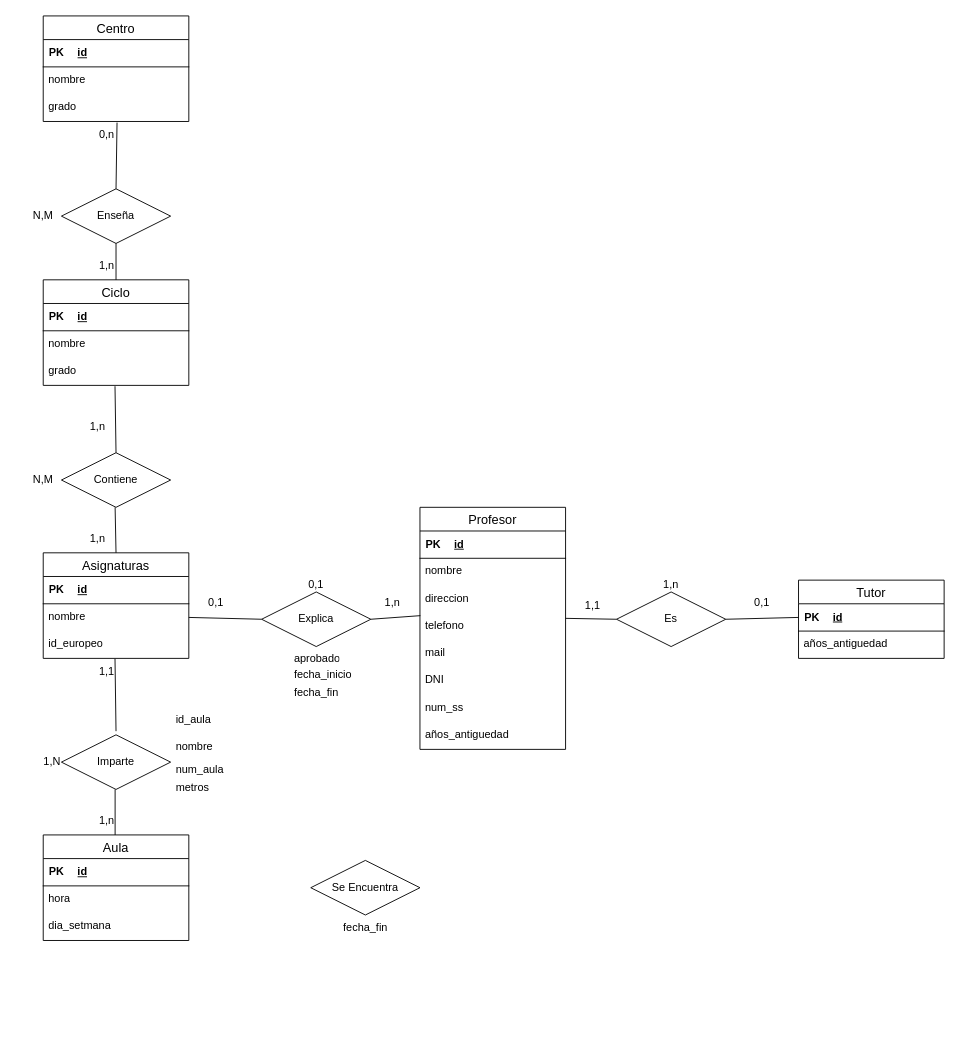
Above: Ejercicio17.drawio in Daninuro/diagrames-cvf-dn-mpl-n-11102023 (draw.io), before the change. Source tidied: cells renumbered, new cells numbered last; positions are measured from the earlier drawing's top-left corner, leaving out a move shared by most shapes. Both pictures are drawn from the tidied source at 91%, with x=0, y=0 at pixel (15, 15).
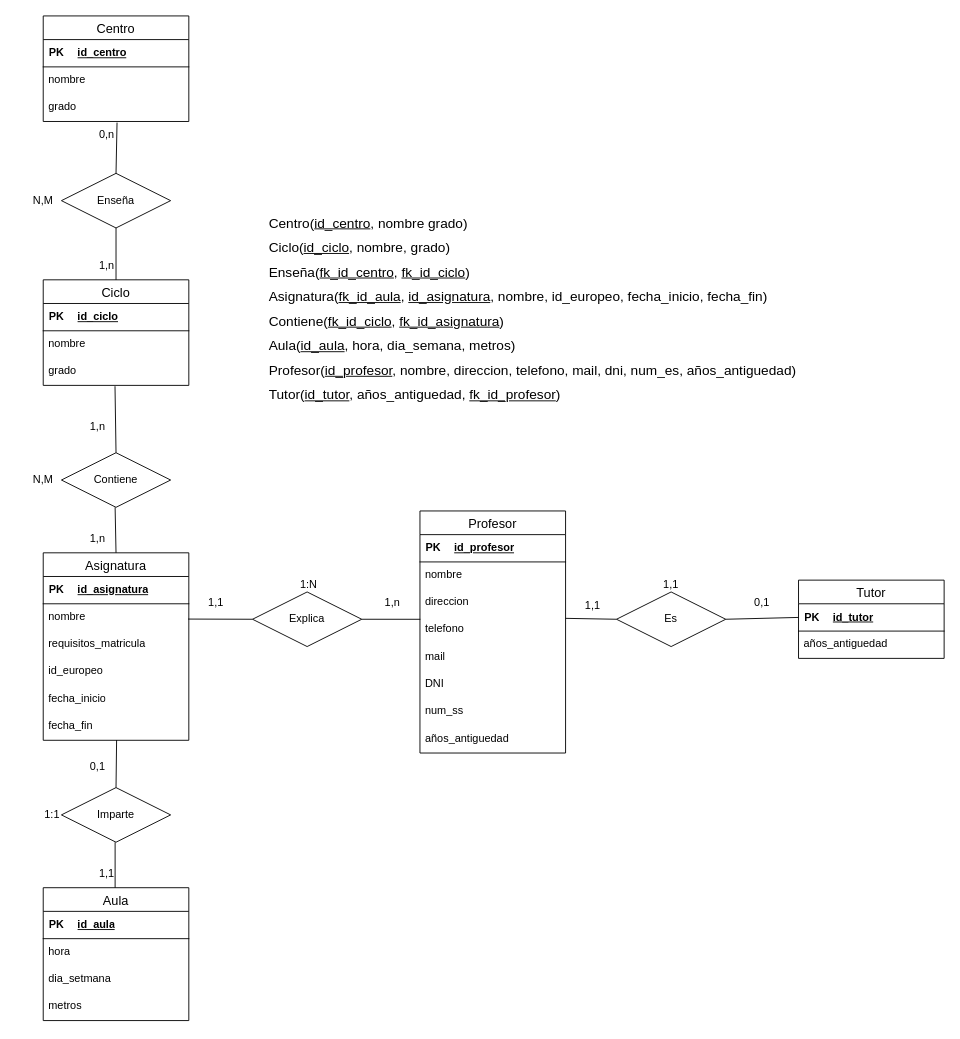
After the change.

Unchanged cells that the change refers to:
```xml
<mxCell id="4" style="shape=tableRow;horizontal=0;startSize=0;swimlaneHead=0;swimlaneBody=0;fillColor=none;top=0;left=0;right=0;bottom=1;" parent="3" vertex="1">
  <mxGeometry width="160" height="30" as="geometry" />
</mxCell>
<mxCell id="7" value="nombre" style="text;strokeColor=none;fillColor=none;spacingLeft=4;spacingRight=4;overflow=hidden;points=[[0,0.5],[1,0.5]];portConstraint=eastwest;fontSize=12;whiteSpace=wrap;html=1;" parent="2" vertex="1">
  <mxGeometry y="56" width="160" height="30" as="geometry" />
</mxCell>
<mxCell id="11" style="shape=tableRow;horizontal=0;startSize=0;swimlaneHead=0;swimlaneBody=0;fillColor=none;top=0;left=0;right=0;bottom=1;" parent="10" vertex="1">
  <mxGeometry width="160" height="30" as="geometry" />
</mxCell>
<mxCell id="18" style="shape=tableRow;horizontal=0;startSize=0;swimlaneHead=0;swimlaneBody=0;fillColor=none;top=0;left=0;right=0;bottom=1;" parent="17" vertex="1">
  <mxGeometry width="160" height="30" as="geometry" />
</mxCell>
<mxCell id="25" style="shape=tableRow;horizontal=0;startSize=0;swimlaneHead=0;swimlaneBody=0;fillColor=none;top=0;left=0;right=0;bottom=1;" parent="24" vertex="1">
  <mxGeometry width="160" height="30" as="geometry" />
</mxCell>
<mxCell id="29" value="grado" style="text;strokeColor=none;fillColor=none;spacingLeft=4;spacingRight=4;overflow=hidden;points=[[0,0.5],[1,0.5]];portConstraint=eastwest;fontSize=12;whiteSpace=wrap;html=1;" parent="23" vertex="1">
  <mxGeometry y="86" width="160" height="30" as="geometry" />
</mxCell>
<mxCell id="32" style="shape=tableRow;horizontal=0;startSize=0;swimlaneHead=0;swimlaneBody=0;fillColor=none;top=0;left=0;right=0;bottom=1;" parent="31" vertex="1">
  <mxGeometry width="160" height="30" as="geometry" />
</mxCell>
<mxCell id="44" style="shape=tableRow;horizontal=0;startSize=0;swimlaneHead=0;swimlaneBody=0;fillColor=none;points=[[0,0.5],[1,0.5]];portConstraint=eastwest;top=0;left=0;right=0;bottom=1;" parent="43" vertex="1">
  <mxGeometry width="160" height="30" as="geometry" />
</mxCell>
```

What changed in the source:
```diff
@@
-    <mxCell id="2" value="Asignaturas" style="swimlane;fontStyle=0;horizontal=1;startSize=26;align=center;fontSize=14;" parent="1" vertex="1">
-      <mxGeometry x="30" y="590" width="160" height="116" as="geometry" />
+    <mxCell id="2" value="Asignatura" style="swimlane;fontStyle=0;horizontal=1;startSize=26;align=center;fontSize=14;" parent="1" vertex="1">
+      <mxGeometry x="30" y="590" width="160" height="206" as="geometry" />
     </mxCell>
@@
-    <mxCell id="6" value="id" style="shape=partialRectangle;fillColor=none;top=0;left=0;bottom=0;right=0;align=left;spacingLeft=6;fontStyle=5;overflow=hidden;whiteSpace=wrap;html=1;" parent="4" vertex="1">
+    <mxCell id="6" value="id_asignatura" style="shape=partialRectangle;fillColor=none;top=0;left=0;bottom=0;right=0;align=left;spacingLeft=6;fontStyle=5;overflow=hidden;whiteSpace=wrap;html=1;" parent="4" vertex="1">
       <mxGeometry x="30" width="130" height="30" as="geometry" />
     </mxCell>
@@
+    <mxCell id="82" value="requisitos_matricula" style="text;strokeColor=none;fillColor=none;spacingLeft=4;spacingRight=4;overflow=hidden;fontSize=12;whiteSpace=wrap;html=1;" parent="2" vertex="1">
+      <mxGeometry y="86" width="160" height="30" as="geometry" />
+    </mxCell>
     <mxCell id="8" value="id_europeo" style="text;strokeColor=none;fillColor=none;spacingLeft=4;spacingRight=4;overflow=hidden;points=[[0,0.5],[1,0.5]];portConstraint=eastwest;fontSize=12;whiteSpace=wrap;html=1;" parent="2" vertex="1">
-      <mxGeometry y="86" width="160" height="30" as="geometry" />
+      <mxGeometry y="116" width="160" height="30" as="geometry" />
     </mxCell>
+    <mxCell id="83" value="fecha_inicio" style="text;strokeColor=none;fillColor=none;spacingLeft=4;spacingRight=4;overflow=hidden;fontSize=12;whiteSpace=wrap;html=1;" parent="2" vertex="1">
+      <mxGeometry y="146" width="160" height="30" as="geometry" />
+    </mxCell>
+    <mxCell id="84" value="fecha_fin" style="text;strokeColor=none;fillColor=none;spacingLeft=4;spacingRight=4;overflow=hidden;points=[[0,0.5],[1,0.5]];portConstraint=eastwest;fontSize=12;whiteSpace=wrap;html=1;" parent="2" vertex="1">
+      <mxGeometry y="176" width="160" height="30" as="geometry" />
+    </mxCell>
     <mxCell id="9" value="Aula" style="swimlane;fontStyle=0;horizontal=1;startSize=26;align=center;fontSize=14;" parent="1" vertex="1">
-      <mxGeometry x="30" y="900" width="160" height="116" as="geometry" />
+      <mxGeometry x="30" y="958" width="160" height="146" as="geometry" />
     </mxCell>
@@
-    <mxCell id="13" value="id" style="shape=partialRectangle;fillColor=none;top=0;left=0;bottom=0;right=0;align=left;spacingLeft=6;fontStyle=5;overflow=hidden;whiteSpace=wrap;html=1;" parent="11" vertex="1">
+    <mxCell id="13" value="id_aula" style="shape=partialRectangle;fillColor=none;top=0;left=0;bottom=0;right=0;align=left;spacingLeft=6;fontStyle=5;overflow=hidden;whiteSpace=wrap;html=1;" parent="11" vertex="1">
       <mxGeometry x="30" width="130" height="30" as="geometry" />
     </mxCell>
@@
+    <mxCell id="81" value="metros" style="text;strokeColor=none;fillColor=none;spacingLeft=4;spacingRight=4;overflow=hidden;fontSize=12;whiteSpace=wrap;html=1;" parent="9" vertex="1">
+      <mxGeometry y="116" width="160" height="30" as="geometry" />
+    </mxCell>
@@
-    <mxCell id="20" value="id" style="shape=partialRectangle;fillColor=none;top=0;left=0;bottom=0;right=0;align=left;spacingLeft=6;fontStyle=5;overflow=hidden;whiteSpace=wrap;html=1;" parent="18" vertex="1">
+    <mxCell id="20" value="id_ciclo" style="shape=partialRectangle;fillColor=none;top=0;left=0;bottom=0;right=0;align=left;spacingLeft=6;fontStyle=5;overflow=hidden;whiteSpace=wrap;html=1;" parent="18" vertex="1">
       <mxGeometry x="30" width="130" height="30" as="geometry" />
     </mxCell>
@@
-    <mxCell id="27" value="id" style="shape=partialRectangle;fillColor=none;top=0;left=0;bottom=0;right=0;align=left;spacingLeft=6;fontStyle=5;overflow=hidden;whiteSpace=wrap;html=1;" parent="25" vertex="1">
+    <mxCell id="27" value="id_centro" style="shape=partialRectangle;fillColor=none;top=0;left=0;bottom=0;right=0;align=left;spacingLeft=6;fontStyle=5;overflow=hidden;whiteSpace=wrap;html=1;" parent="25" vertex="1">
       <mxGeometry x="30" width="130" height="30" as="geometry" />
     </mxCell>
@@
     <mxCell id="30" value="Profesor" style="swimlane;fontStyle=0;horizontal=1;startSize=26;align=center;fontSize=14;" parent="1" vertex="1">
-      <mxGeometry x="444" y="540" width="160" height="266" as="geometry" />
+      <mxGeometry x="444" y="544" width="160" height="266" as="geometry" />
     </mxCell>
@@
-    <mxCell id="34" value="id" style="shape=partialRectangle;fillColor=none;top=0;left=0;bottom=0;right=0;align=left;spacingLeft=6;fontStyle=5;overflow=hidden;whiteSpace=wrap;html=1;" parent="32" vertex="1">
+    <mxCell id="34" value="id_profesor" style="shape=partialRectangle;fillColor=none;top=0;left=0;bottom=0;right=0;align=left;spacingLeft=6;fontStyle=5;overflow=hidden;whiteSpace=wrap;html=1;" parent="32" vertex="1">
       <mxGeometry x="30" width="130" height="30" as="geometry" />
     </mxCell>
@@
-    <mxCell id="46" value="id" style="shape=partialRectangle;fillColor=none;top=0;left=0;bottom=0;right=0;align=left;spacingLeft=6;fontStyle=5;overflow=hidden;whiteSpace=wrap;html=1;" parent="44" vertex="1">
+    <mxCell id="46" value="id_tutor" style="shape=partialRectangle;fillColor=none;top=0;left=0;bottom=0;right=0;align=left;spacingLeft=6;fontStyle=5;overflow=hidden;whiteSpace=wrap;html=1;" parent="44" vertex="1">
       <mxGeometry x="30" width="130" height="30" as="geometry" />
     </mxCell>
@@
     <mxCell id="48" value="Enseña" style="shape=rhombus;perimeter=rhombusPerimeter;whiteSpace=wrap;html=1;align=center;" parent="1" vertex="1">
-      <mxGeometry x="50" y="190" width="120" height="60" as="geometry" />
+      <mxGeometry x="50" y="173" width="120" height="60" as="geometry" />
     </mxCell>
@@
     <mxCell id="50" value="Imparte" style="shape=rhombus;perimeter=rhombusPerimeter;whiteSpace=wrap;html=1;align=center;" parent="1" vertex="1">
-      <mxGeometry x="50" y="790" width="120" height="60" as="geometry" />
+      <mxGeometry x="50" y="848" width="120" height="60" as="geometry" />
     </mxCell>
     <mxCell id="51" value="Explica" style="shape=rhombus;perimeter=rhombusPerimeter;whiteSpace=wrap;html=1;align=center;" parent="1" vertex="1">
-      <mxGeometry x="270" y="633" width="120" height="60" as="geometry" />
+      <mxGeometry x="260" y="633" width="120" height="60" as="geometry" />
     </mxCell>
@@
-    <mxCell id="54" style="endArrow=none;html=1;rounded=0;exitX=0.5;exitY=0;exitDx=0;exitDy=0;entryX=0.507;entryY=1.041;entryDx=0;entryDy=0;entryPerimeter=0;" parent="1" edge="1" target="29">
-      <mxGeometry relative="1" as="geometry">
-        <mxPoint x="110" y="190" as="sourcePoint" />
-      </mxGeometry>
+    <mxCell id="54" style="endArrow=none;html=1;rounded=0;exitX=0.5;exitY=0;exitDx=0;exitDy=0;entryX=0.507;entryY=1.041;entryDx=0;entryDy=0;entryPerimeter=0;" parent="1" edge="1" source="48" target="29">
+      <mxGeometry relative="1" as="geometry" />
     </mxCell>
@@
-    <mxCell id="56" style="endArrow=none;html=1;rounded=0;exitX=0.5;exitY=0;exitDx=0;exitDy=0;entryX=0.493;entryY=1.016;entryDx=0;entryDy=0;entryPerimeter=0;" parent="1" edge="1" target="8">
+    <mxCell id="56" style="endArrow=none;html=1;rounded=0;entryX=0.504;entryY=0.994;entryDx=0;entryDy=0;entryPerimeter=0;" parent="1" edge="1" target="84">
       <mxGeometry relative="1" as="geometry">
-        <mxPoint x="110" y="786" as="sourcePoint" />
+        <mxPoint x="110" y="848" as="sourcePoint" />
       </mxGeometry>
     </mxCell>
     <mxCell id="57" style="endArrow=none;html=1;rounded=0;exitX=0.5;exitY=0;exitDx=0;exitDy=0;entryX=0.5;entryY=1;entryDx=0;entryDy=0;" parent="1" edge="1">
       <mxGeometry relative="1" as="geometry">
-        <mxPoint x="109" y="900" as="sourcePoint" />
-        <mxPoint x="109" y="850" as="targetPoint" />
+        <mxPoint x="109" y="958" as="sourcePoint" />
+        <mxPoint x="109" y="908" as="targetPoint" />
       </mxGeometry>
     </mxCell>
@@
     <mxCell id="60" value="N,M" style="text;html=1;strokeColor=none;fillColor=none;align=center;verticalAlign=middle;whiteSpace=wrap;rounded=0;" parent="1" vertex="1">
-      <mxGeometry y="205" width="60" height="30" as="geometry" />
+      <mxGeometry y="188" width="60" height="30" as="geometry" />
     </mxCell>
@@
-    <mxCell id="62" style="endArrow=none;html=1;rounded=0;exitX=1;exitY=0.5;exitDx=0;exitDy=0;entryX=0;entryY=0.5;entryDx=0;entryDy=0;" parent="1" edge="1" source="7" target="51">
+    <mxCell id="62" style="endArrow=none;html=1;rounded=0;exitX=0.995;exitY=0.56;exitDx=0;exitDy=0;entryX=0;entryY=0.5;entryDx=0;entryDy=0;exitPerimeter=0;" parent="1" edge="1" source="7" target="51">
       <mxGeometry relative="1" as="geometry" />
     </mxCell>
@@
-    <mxCell id="66" value="1,n" style="text;html=1;strokeColor=none;fillColor=none;align=center;verticalAlign=middle;whiteSpace=wrap;rounded=0;" parent="1" vertex="1">
+    <mxCell id="66" value="1,1" style="text;html=1;strokeColor=none;fillColor=none;align=center;verticalAlign=middle;whiteSpace=wrap;rounded=0;" parent="1" vertex="1">
       <mxGeometry x="690" y="610" width="60" height="30" as="geometry" />
     </mxCell>
-    <mxCell id="67" value="0,1" style="text;html=1;strokeColor=none;fillColor=none;align=center;verticalAlign=middle;whiteSpace=wrap;rounded=0;" parent="1" vertex="1">
-      <mxGeometry x="300" y="610" width="60" height="30" as="geometry" />
+    <mxCell id="67" value="1:N" style="text;html=1;strokeColor=none;fillColor=none;align=center;verticalAlign=middle;whiteSpace=wrap;rounded=0;" parent="1" vertex="1">
+      <mxGeometry x="292" y="610" width="60" height="30" as="geometry" />
     </mxCell>
@@
-    <mxCell id="72" value="0,1" style="text;html=1;strokeColor=none;fillColor=none;align=center;verticalAlign=middle;whiteSpace=wrap;rounded=0;" parent="1" vertex="1">
+    <mxCell id="72" value="1,1" style="text;html=1;strokeColor=none;fillColor=none;align=center;verticalAlign=middle;whiteSpace=wrap;rounded=0;" parent="1" vertex="1">
       <mxGeometry x="190" y="630" width="60" height="30" as="geometry" />
     </mxCell>
@@
-    <mxCell id="74" value="1,1" style="text;html=1;strokeColor=none;fillColor=none;align=center;verticalAlign=middle;whiteSpace=wrap;rounded=0;" parent="1" vertex="1">
-      <mxGeometry x="70" y="706" width="60" height="30" as="geometry" />
+    <mxCell id="74" value="0,1" style="text;html=1;strokeColor=none;fillColor=none;align=center;verticalAlign=middle;whiteSpace=wrap;rounded=0;" parent="1" vertex="1">
+      <mxGeometry x="60" y="810" width="60" height="30" as="geometry" />
     </mxCell>
-    <mxCell id="75" value="1,n" style="text;html=1;strokeColor=none;fillColor=none;align=center;verticalAlign=middle;whiteSpace=wrap;rounded=0;" parent="1" vertex="1">
-      <mxGeometry x="70" y="870" width="60" height="30" as="geometry" />
+    <mxCell id="75" value="1,1" style="text;html=1;strokeColor=none;fillColor=none;align=center;verticalAlign=middle;whiteSpace=wrap;rounded=0;" parent="1" vertex="1">
+      <mxGeometry x="70" y="928" width="60" height="30" as="geometry" />
     </mxCell>
-    <mxCell id="76" value="1,N" style="text;html=1;strokeColor=none;fillColor=none;align=center;verticalAlign=middle;whiteSpace=wrap;rounded=0;" parent="1" vertex="1">
-      <mxGeometry x="10" y="805" width="60" height="30" as="geometry" />
+    <mxCell id="76" value="1:1" style="text;html=1;strokeColor=none;fillColor=none;align=center;verticalAlign=middle;whiteSpace=wrap;rounded=0;" parent="1" vertex="1">
+      <mxGeometry x="10" y="863" width="60" height="30" as="geometry" />
     </mxCell>
@@
-    <mxCell id="78" value="id_aula" style="text;strokeColor=none;fillColor=none;spacingLeft=4;spacingRight=4;overflow=hidden;fontSize=12;whiteSpace=wrap;html=1;" parent="1" vertex="1">
-      <mxGeometry x="170" y="760" width="160" height="30" as="geometry" />
-    </mxCell>
-    <mxCell id="79" value="nombre" style="text;strokeColor=none;fillColor=none;spacingLeft=4;spacingRight=4;overflow=hidden;fontSize=12;whiteSpace=wrap;html=1;" parent="1" vertex="1">
-      <mxGeometry x="170" y="789" width="160" height="30" as="geometry" />
-    </mxCell>
-    <mxCell id="80" value="num_aula" style="text;strokeColor=none;fillColor=none;spacingLeft=4;spacingRight=4;overflow=hidden;fontSize=12;whiteSpace=wrap;html=1;" parent="1" vertex="1">
-      <mxGeometry x="170" y="814" width="160" height="30" as="geometry" />
-    </mxCell>
-    <mxCell id="81" value="metros" style="text;strokeColor=none;fillColor=none;spacingLeft=4;spacingRight=4;overflow=hidden;fontSize=12;whiteSpace=wrap;html=1;" parent="1" vertex="1">
-      <mxGeometry x="170" y="834" width="160" height="30" as="geometry" />
-    </mxCell>
-    <mxCell id="82" value="aprobado" style="text;strokeColor=none;fillColor=none;spacingLeft=4;spacingRight=4;overflow=hidden;fontSize=12;whiteSpace=wrap;html=1;" parent="1" vertex="1">
-      <mxGeometry x="300" y="693" width="60" height="30" as="geometry" />
-    </mxCell>
-    <mxCell id="83" value="fecha_inicio" style="text;strokeColor=none;fillColor=none;spacingLeft=4;spacingRight=4;overflow=hidden;fontSize=12;whiteSpace=wrap;html=1;" parent="1" vertex="1">
-      <mxGeometry x="300" y="710" width="80" height="30" as="geometry" />
-    </mxCell>
-    <mxCell id="84" value="fecha_fin" style="text;strokeColor=none;fillColor=none;spacingLeft=4;spacingRight=4;overflow=hidden;points=[[0,0.5],[1,0.5]];portConstraint=eastwest;fontSize=12;whiteSpace=wrap;html=1;" parent="1" vertex="1">
-      <mxGeometry x="300" y="730" width="60" height="30" as="geometry" />
-    </mxCell>
-    <mxCell id="85" value="Se Encuentra" style="shape=rhombus;perimeter=rhombusPerimeter;whiteSpace=wrap;html=1;align=center;" parent="1" vertex="1">
-      <mxGeometry x="324" y="928" width="120" height="60" as="geometry" />
-    </mxCell>
-    <mxCell id="86" value="fecha_fin" style="text;strokeColor=none;fillColor=none;spacingLeft=4;spacingRight=4;overflow=hidden;fontSize=12;whiteSpace=wrap;html=1;" parent="1" vertex="1">
-      <mxGeometry x="354" y="988" width="60" height="30" as="geometry" />
-    </mxCell>
+    <mxCell id="87" value="&lt;div style=&quot;text-align: justify; line-height: 180%; font-size: 15px;&quot;&gt;&lt;span style=&quot;background-color: initial;&quot;&gt;&lt;font style=&quot;font-size: 15px;&quot;&gt;Centro(&lt;u style=&quot;&quot;&gt;id_centro&lt;/u&gt;, nombre grado)&lt;/font&gt;&lt;/span&gt;&lt;/div&gt;&lt;font style=&quot;font-size: 15px;&quot;&gt;&lt;div style=&quot;text-align: justify; line-height: 180%;&quot;&gt;&lt;span style=&quot;background-color: initial;&quot;&gt;Ciclo(&lt;u&gt;id_ciclo&lt;/u&gt;, nombre, grado)&lt;/span&gt;&lt;/div&gt;&lt;div style=&quot;text-align: justify; line-height: 180%;&quot;&gt;&lt;span style=&quot;background-color: initial;&quot;&gt;Enseña(&lt;u&gt;fk_id_centro&lt;/u&gt;, &lt;u&gt;fk_id_ciclo&lt;/u&gt;)&lt;/span&gt;&lt;/div&gt;&lt;div style=&quot;text-align: justify; line-height: 180%;&quot;&gt;&lt;span style=&quot;background-color: initial;&quot;&gt;Asignatura(&lt;u&gt;fk_id_aula&lt;/u&gt;,&amp;nbsp;&lt;u&gt;id_asignatura&lt;/u&gt;, nombre, id_europeo, fecha_inicio, fecha_fin)&lt;/span&gt;&lt;/div&gt;&lt;div style=&quot;text-align: justify; line-height: 180%;&quot;&gt;Contiene(&lt;u style=&quot;border-color: var(--border-color);&quot;&gt;fk_id_ciclo&lt;/u&gt;,&amp;nbsp;&lt;u style=&quot;border-color: var(--border-color);&quot;&gt;fk_id_asignatura&lt;/u&gt;)&lt;span style=&quot;background-color: initial;&quot;&gt;&lt;br&gt;&lt;/span&gt;&lt;/div&gt;&lt;div style=&quot;text-align: justify; line-height: 180%;&quot;&gt;&lt;span style=&quot;background-color: initial;&quot;&gt;Aula(&lt;u&gt;id_aula&lt;/u&gt;, hora, dia_semana, metros)&lt;/span&gt;&lt;/div&gt;&lt;div style=&quot;text-align: justify; line-height: 180%;&quot;&gt;&lt;span style=&quot;background-color: initial;&quot;&gt;Profesor(&lt;u&gt;id_profesor&lt;/u&gt;, nombre, direccion, telefono, mail, dni, num_es, años_antiguedad)&lt;/span&gt;&lt;/div&gt;&lt;div style=&quot;text-align: justify; line-height: 180%;&quot;&gt;&lt;span style=&quot;background-color: initial;&quot;&gt;Tutor(&lt;u style=&quot;&quot;&gt;id_tutor&lt;/u&gt;, años_antiguedad, &lt;u style=&quot;&quot;&gt;fk_id_profesor&lt;/u&gt;)&lt;/span&gt;&lt;/div&gt;&lt;/font&gt;" style="text;html=1;strokeColor=none;fillColor=none;align=center;verticalAlign=middle;whiteSpace=wrap;rounded=0;" parent="1" vertex="1">
+      <mxGeometry x="260" y="206" width="616" height="230" as="geometry" />
+    </mxCell>
```
